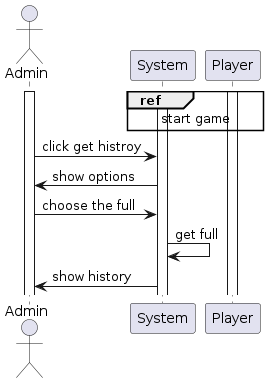
The PlantUML diagram thesis_tex/assets/diagrams/see_transactions_full_history_detailedSD.png in monoploy-game/thesis, before a commit. Source of this version:
```plantuml
@startuml "see transactions full history"

actor Admin

Activate Admin
Activate System

ref over Player, System : start game
activate Player

Admin -> System : click get histroy
System -> Admin : show options
Admin -> System : choose the full
System -> System : get full
System -> Admin : show history

@enduml
```
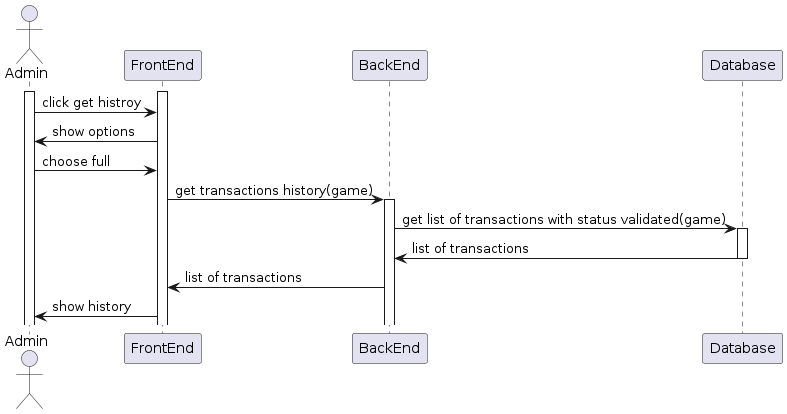
After the commit.

What changed in the source:
```diff
@@ -1,17 +1,25 @@
-@startuml "see transactions full history"
+@startuml "see transaction full history"
 
 actor Admin
 
 Activate Admin
-Activate System
+Activate FrontEnd
 
-ref over Player, System : start game
-activate Player
+Admin -> FrontEnd : click get histroy
+FrontEnd -> Admin : show options
+Admin -> FrontEnd : choose full
+FrontEnd -> BackEnd : get transactions history(game)
+Activate BackEnd
 
-Admin -> System : click get histroy
-System -> Admin : show options
-Admin -> System : choose the full
-System -> System : get full
-System -> Admin : show history
+BackEnd -> Database : get list of transactions with status validated(game)
+Activate Database
+
+Database -> BackEnd : list of transactions
+deactivate Database
+
+BackEnd -> FrontEnd : list of transactions
+
+
+FrontEnd -> Admin : show history
 
 @enduml
```
